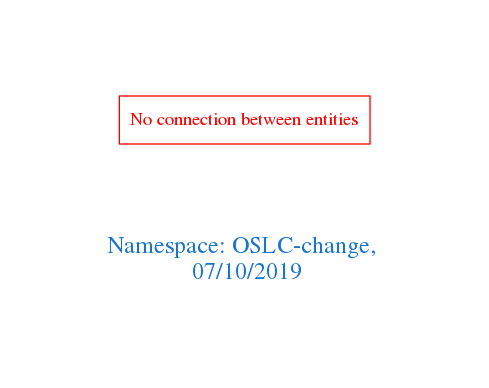
This is downloads/OSLC-change.png from arago/OGIT, a Graphviz export, as it was before one commit. Its source is kept beside it as downloads/OSLC-change.dot.
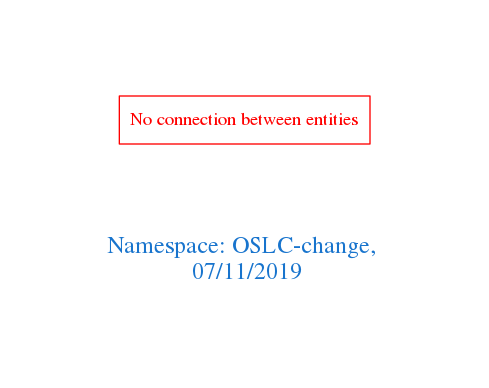
After the change.

The edit, as a diff of the source:
```diff
@@ -1,7 +1,7 @@
 digraph OGIT_ontology {
  graph [ rankdir= LR,pad=1
 fontsize = 18,
-fontcolor= dodgerblue3,label = "\n\n\nNamespace: OSLC-change, \n 07/10/2019"];
+fontcolor= dodgerblue3,label = "\n\n\nNamespace: OSLC-change, \n 07/11/2019"];
 node[shape=polygon];
 edge [  color="gray81"];
 
```
